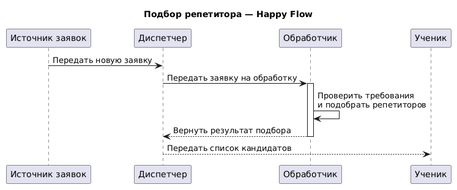
Before: docs/diagrams/sequence-happy-flow.png, a diagram exported from PlantUML (alexeeeee-D/tutor-finding-service). Source of this version:
```plantuml
@startuml
title Подбор репетитора — Happy Flow

participant "Источник заявок" as Source
participant "Диспетчер" as Dispatcher
participant "Обработчик" as Moderator
participant "Ученик" as Student

Source -> Dispatcher: Передать новую заявку

Dispatcher -> Moderator: Передать заявку на обработку
activate Moderator

Moderator -> Moderator: Проверить требования\nи подобрать репетиторов
Moderator --> Dispatcher: Вернуть результат подбора

deactivate Moderator

Dispatcher --> Student: Передать список кандидатов

@enduml
```
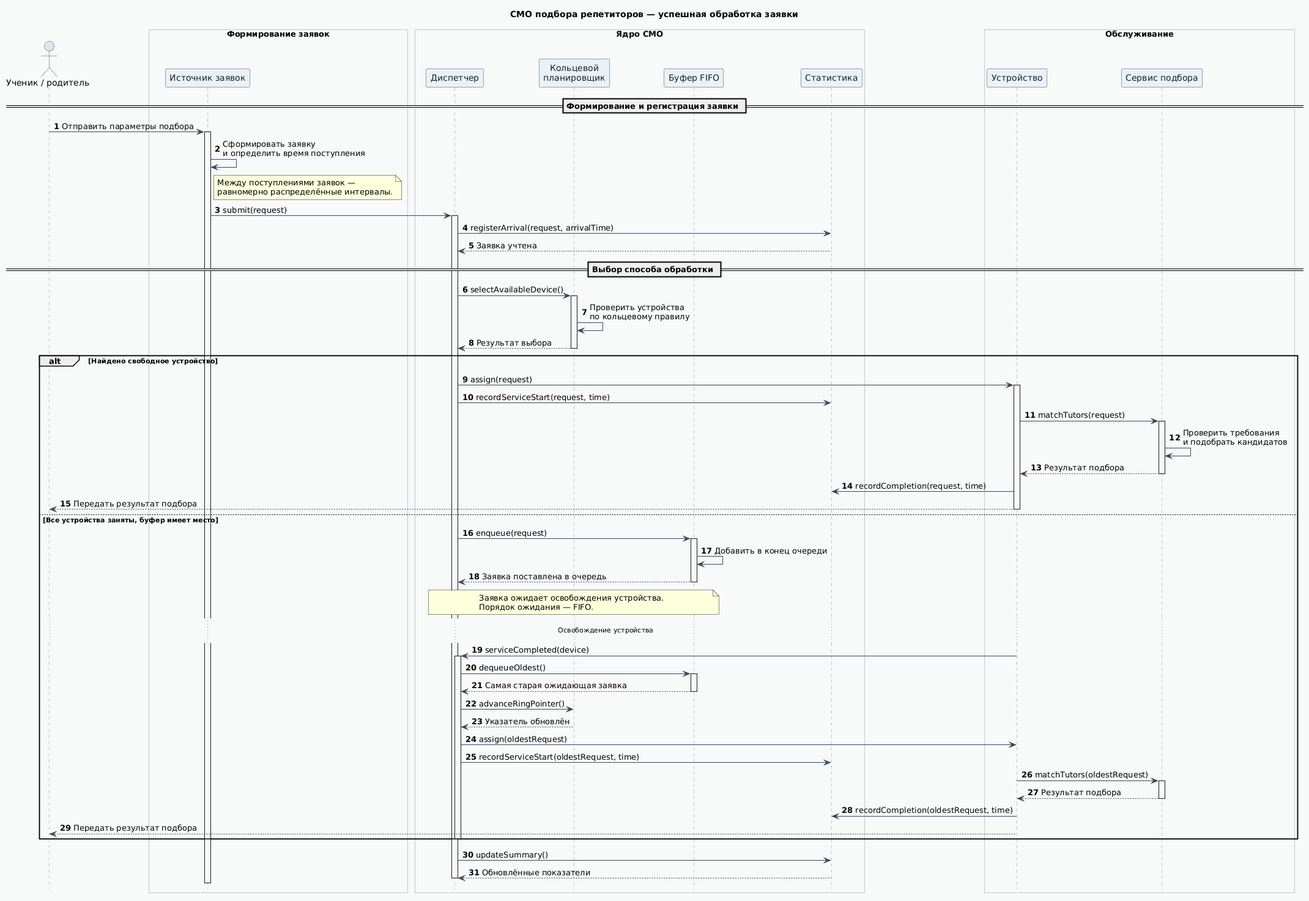
After the commit.

Commit message:
happy-flow diagram

What changed in the source:
```diff
@@ -1,21 +1,127 @@
 @startuml
-title Подбор репетитора — Happy Flow
+title СМО подбора репетиторов — успешная обработка заявки
 
-participant "Источник заявок" as Source
-participant "Диспетчер" as Dispatcher
-participant "Обработчик" as Moderator
-participant "Ученик" as Student
+autonumber
+hide footbox
+skinparam shadowing false
+skinparam sequence {
+    ArrowColor #34495E
+    LifeLineBorderColor #7F8C8D
+    LifeLineBackgroundColor #F8F9FA
+    ParticipantBorderColor #34495E
+    ParticipantBackgroundColor #EAF2F8
+    ParticipantFontColor #17202A
+    ActorBorderColor #34495E
+    BoxBorderColor #85929E
+    BoxBackgroundColor #F8F9F9
+}
+skinparam responseMessageBelowArrow true
 
-Source -> Dispatcher: Передать новую заявку
+actor "Ученик / родитель" as Student
 
-Dispatcher -> Moderator: Передать заявку на обработку
-activate Moderator
+box "Формирование заявок"
+    participant "Источник заявок" as Source
+end box
 
-Moderator -> Moderator: Проверить требования\nи подобрать репетиторов
-Moderator --> Dispatcher: Вернуть результат подбора
+box "Ядро СМО"
+    participant "Диспетчер" as Dispatcher
+    participant "Кольцевой\nпланировщик" as Scheduler
+    participant "Буфер FIFO" as Buffer
+    participant "Статистика" as Statistics
+end box
 
-deactivate Moderator
+box "Обслуживание"
+    participant "Устройство" as Device
+    participant "Сервис подбора" as Matching
+end box
 
-Dispatcher --> Student: Передать список кандидатов
+== Формирование и регистрация заявки ==
+
+Student -> Source: Отправить параметры подбора
+activate Source
+
+Source -> Source: Сформировать заявку\nи определить время поступления
+note right of Source
+Между поступлениями заявок —
+равномерно распределённые интервалы.
+end note
+
+Source -> Dispatcher: submit(request)
+activate Dispatcher
+
+Dispatcher -> Statistics: registerArrival(request, arrivalTime)
+Statistics --> Dispatcher: Заявка учтена
+
+== Выбор способа обработки ==
+
+Dispatcher -> Scheduler: selectAvailableDevice()
+activate Scheduler
+Scheduler -> Scheduler: Проверить устройства\nпо кольцевому правилу
+Scheduler --> Dispatcher: Результат выбора
+deactivate Scheduler
+
+alt Найдено свободное устройство
+
+    Dispatcher -> Device: assign(request)
+    activate Device
+    Dispatcher -> Statistics: recordServiceStart(request, time)
+
+    Device -> Matching: matchTutors(request)
+    activate Matching
+    Matching -> Matching: Проверить требования\nи подобрать кандидатов
+    Matching --> Device: Результат подбора
+    deactivate Matching
+
+    Device -> Statistics: recordCompletion(request, time)
+    Device --> Student: Передать результат подбора
+    deactivate Device
+
+else Все устройства заняты, буфер имеет место
+
+    Dispatcher -> Buffer: enqueue(request)
+    activate Buffer
+    Buffer -> Buffer: Добавить в конец очереди
+    Buffer --> Dispatcher: Заявка поставлена в очередь
+    deactivate Buffer
+
+    note over Dispatcher, Buffer
+    Заявка ожидает освобождения устройства.
+    Порядок ожидания — FIFO.
+    end note
+
+    ... Освобождение устройства ...
+
+    Device -> Dispatcher: serviceCompleted(device)
+    activate Dispatcher
+
+    Dispatcher -> Buffer: dequeueOldest()
+    activate Buffer
+    Buffer --> Dispatcher: Самая старая ожидающая заявка
+    deactivate Buffer
+
+    Dispatcher -> Scheduler: advanceRingPointer()
+    Scheduler --> Dispatcher: Указатель обновлён
+
+    Dispatcher -> Device: assign(oldestRequest)
+    Dispatcher -> Statistics: recordServiceStart(oldestRequest, time)
+
+    Device -> Matching: matchTutors(oldestRequest)
+    activate Matching
+    Matching --> Device: Результат подбора
+    deactivate Matching
+
+    Device -> Statistics: recordCompletion(oldestRequest, time)
+    Device --> Student: Передать результат подбора
+    deactivate Device
+
+    deactivate Dispatcher
+
+end
+
+Dispatcher -> Statistics: updateSummary()
+Statistics --> Dispatcher: Обновлённые показатели
+
+deactivate Dispatcher
+deactivate Source
 
 @enduml
```
